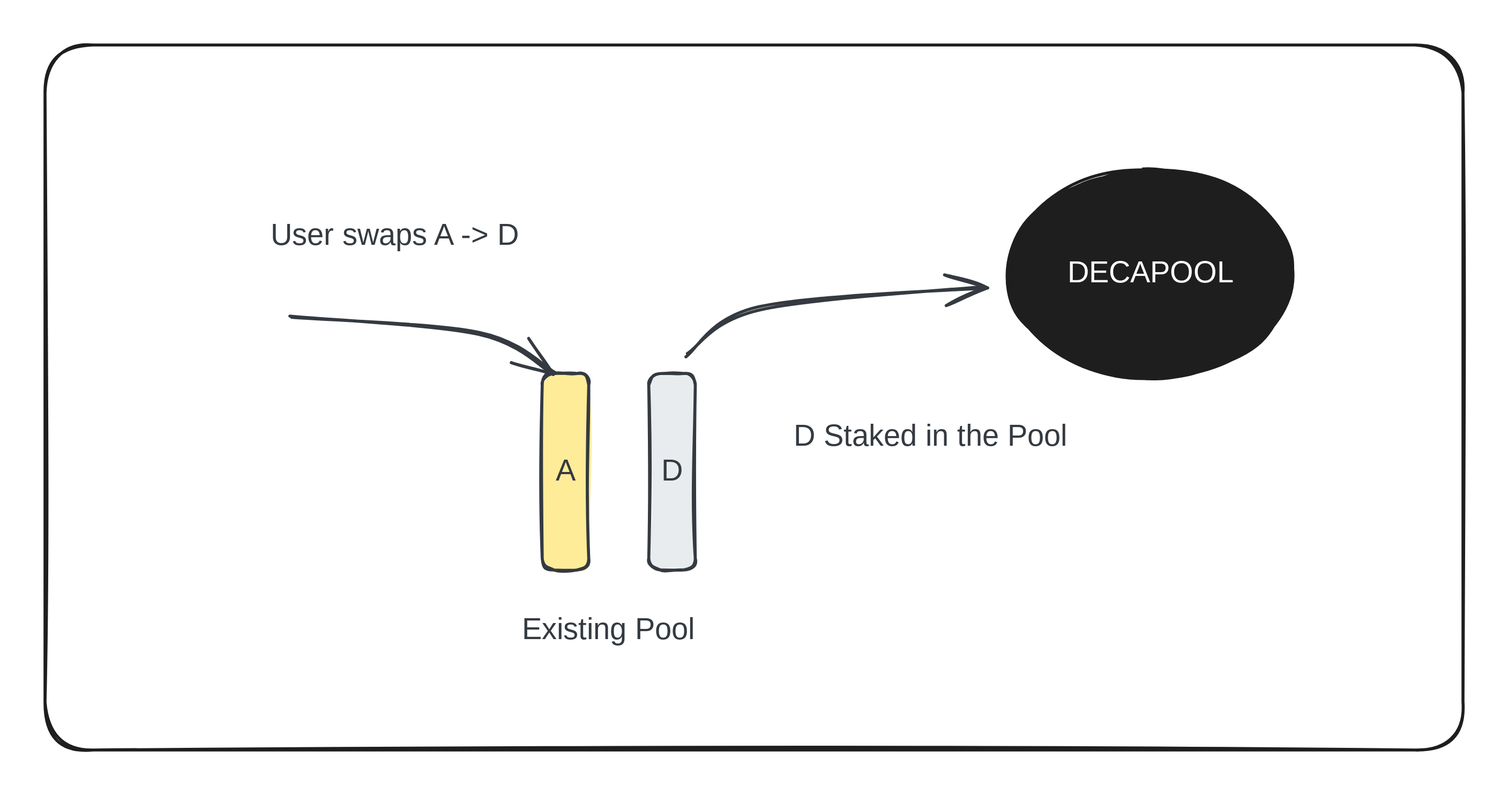
Before: .gitbook/assets/file.excalidraw (4).svg, a diagram exported from Excalidraw (decaswap-labs/docs). Source tidied: one line per element, renumbered; positions are measured from the earlier drawing's top-left corner, leaving out a move shared by most shapes.
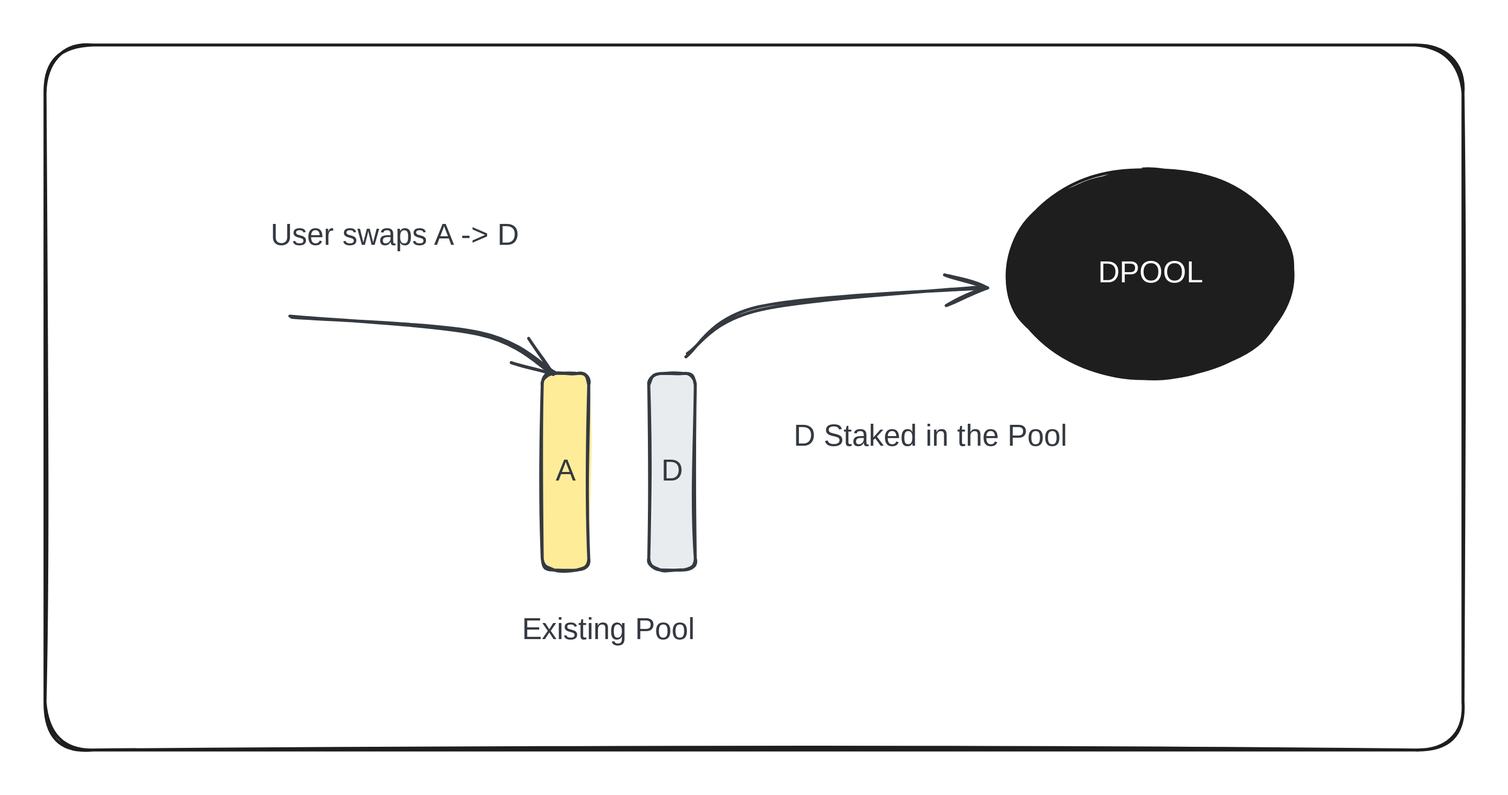
Above is the later version.

Change to the diagram source:
```diff
@@ -7,6 +7,6 @@
 {"id": 6, "type": "text", "text": "D Staked in the Pool", "strokeColor": "#343a40", "backgroundColor": "#e9ecef", "fillStyle": "solid", "strokeWidth": 2, "strokeStyle": "dashed", "roughness": 1, "fontSize": 20, "fontFamily": 1, "textAlign": "center", "x": 485, "y": 249, "width": 211, "height": 25}
 {"id": 7, "type": "arrow", "strokeColor": "#343a40", "backgroundColor": "#e9ecef", "fillStyle": "solid", "strokeWidth": 2, "roughness": 1, "endArrowhead": "arrow", "round": true, "to": 0, "x": 164, "y": 181, "width": 177, "height": 37, "points": [[0, 0], [125, 11], [177, 37]]}
 {"id": 8, "type": "ellipse", "strokeColor": "#1e1e1e", "backgroundColor": "#1e1e1e", "fillStyle": "solid", "strokeWidth": 2, "roughness": 1, "round": true, "x": 642, "y": 83, "width": 189, "height": 139}
-{"id": 9, "type": "text", "text": "DECAPOOL", "strokeColor": "#ffffff", "backgroundColor": "#1e1e1e", "fillStyle": "solid", "strokeWidth": 2, "roughness": 1, "fontSize": 20, "fontFamily": 1, "textAlign": "center", "verticalAlign": "middle", "inside": 8, "x": 682, "y": 140, "width": 109, "height": 25}
+{"id": 9, "type": "text", "text": "DPOOL", "strokeColor": "#ffffff", "backgroundColor": "#1e1e1e", "fillStyle": "solid", "strokeWidth": 2, "roughness": 1, "fontSize": 20, "fontFamily": 1, "textAlign": "center", "verticalAlign": "middle", "inside": 8, "x": 702, "y": 140, "width": 70, "height": 25}
 {"id": 10, "type": "arrow", "strokeColor": "#343a40", "backgroundColor": "#e9ecef", "fillStyle": "solid", "strokeWidth": 2, "roughness": 1, "endArrowhead": "arrow", "round": true, "from": 2, "to": 8, "x": 427, "y": 207, "width": 200, "height": 45, "points": [[0, 0], [50, -30], [200, -45]]}
 {"id": 11, "type": "rectangle", "strokeColor": "#1e1e1e", "strokeWidth": 2, "roughness": 1, "round": true, "x": 0, "y": 0, "width": 945, "height": 470}
```
